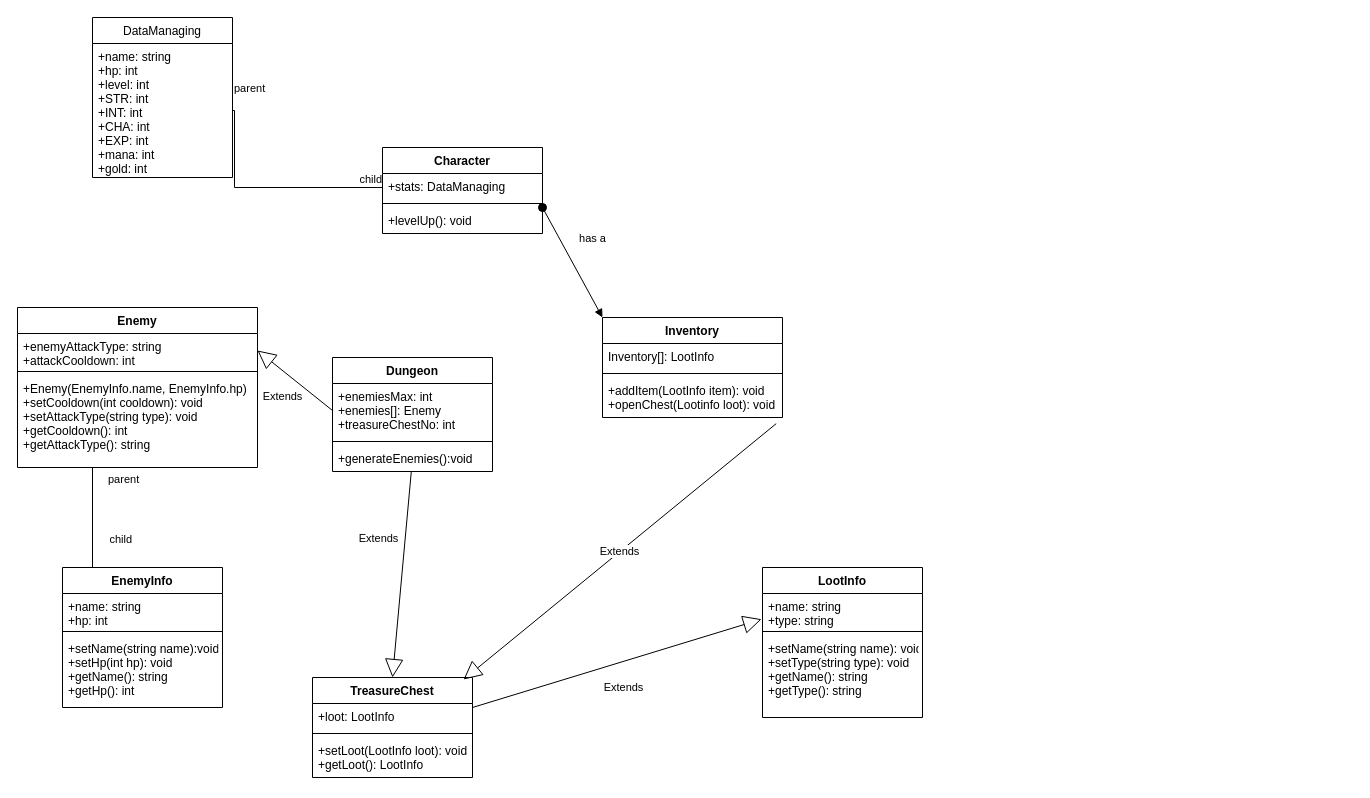
The draw.io diagram Untitled Diagram.drawio in UWStout/Crosshatch-and-Slash-F21, before the edit. Source tidied: cells renumbered, new cells numbered last; positions are measured from the earlier drawing's top-left corner, leaving out a move shared by most shapes. Both pictures are drawn from the tidied source at 100%, with x=0, y=0 at pixel (17, 17).
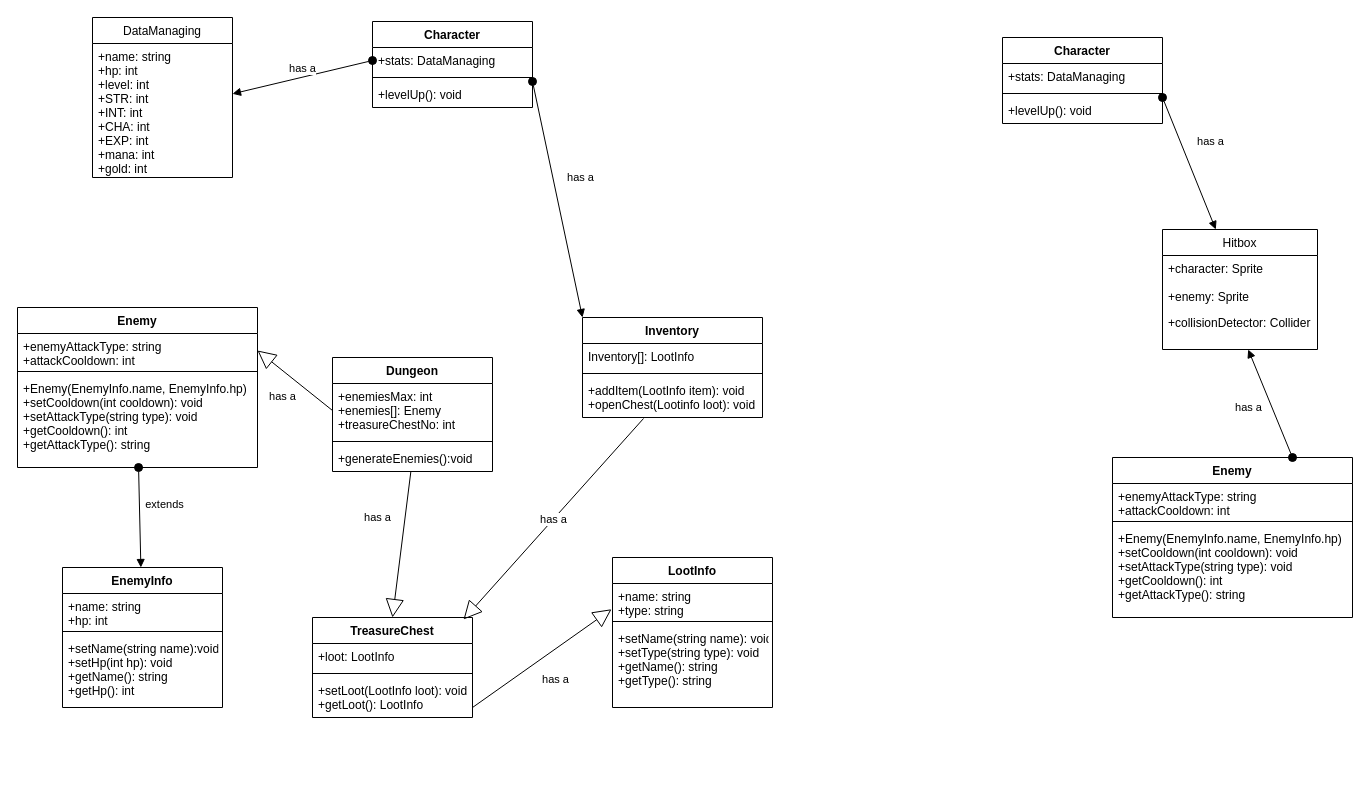
The same page after the edit.

Commit message:
UML Updated with Hitboxes Class

The change refers to these unchanged cells:
```xml
<mxCell id="2" value="EnemyInfo" style="swimlane;fontStyle=1;align=center;verticalAlign=top;horizontal=1;startSize=26;" parent="1" vertex="1">
  <mxGeometry x="45" y="550" width="160" height="140" as="geometry" />
</mxCell>
<mxCell id="11" value="+name: string&#10;+type: string" style="text;strokeColor=none;fillColor=none;align=left;verticalAlign=top;spacingLeft=4;spacingRight=4;overflow=hidden;points=[[0,0.5],[1,0.5]];portConstraint=eastwest;" parent="10" vertex="1">
  <mxGeometry y="26" width="160" height="34" as="geometry" />
</mxCell>
<mxCell id="15" value="+enemyAttackType: string&#10;+attackCooldown: int" style="text;strokeColor=none;fillColor=none;align=left;verticalAlign=top;spacingLeft=4;spacingRight=4;overflow=hidden;points=[[0,0.5],[1,0.5]];portConstraint=eastwest;" parent="14" vertex="1">
  <mxGeometry y="26" width="240" height="34" as="geometry" />
</mxCell>
<mxCell id="17" value="+Enemy(EnemyInfo.name, EnemyInfo.hp)&#10;+setCooldown(int cooldown): void&#10;+setAttackType(string type): void&#10;+getCooldown(): int&#10;+getAttackType(): string" style="text;strokeColor=none;fillColor=none;align=left;verticalAlign=top;spacingLeft=4;spacingRight=4;overflow=hidden;points=[[0,0.5],[1,0.5]];portConstraint=eastwest;" parent="14" vertex="1">
  <mxGeometry y="68" width="240" height="92" as="geometry" />
</mxCell>
<mxCell id="19" value="+enemiesMax: int&#10;+enemies[]: Enemy&#10;+treasureChestNo: int&#10;" style="text;strokeColor=none;fillColor=none;align=left;verticalAlign=top;spacingLeft=4;spacingRight=4;overflow=hidden;points=[[0,0.5],[1,0.5]];portConstraint=eastwest;" parent="18" vertex="1">
  <mxGeometry y="26" width="160" height="54" as="geometry" />
</mxCell>
<mxCell id="21" value="+generateEnemies():void" style="text;strokeColor=none;fillColor=none;align=left;verticalAlign=top;spacingLeft=4;spacingRight=4;overflow=hidden;points=[[0,0.5],[1,0.5]];portConstraint=eastwest;" parent="18" vertex="1">
  <mxGeometry y="88" width="160" height="26" as="geometry" />
</mxCell>
<mxCell id="23" value="+stats: DataManaging" style="text;strokeColor=none;fillColor=none;align=left;verticalAlign=top;spacingLeft=4;spacingRight=4;overflow=hidden;points=[[0,0.5],[1,0.5]];portConstraint=eastwest;" parent="22" vertex="1">
  <mxGeometry y="26" width="160" height="26" as="geometry" />
</mxCell>
<mxCell id="27" value="DataManaging" style="swimlane;fontStyle=0;horizontal=1;startSize=26;fillColor=none;" parent="1" vertex="1">
  <mxGeometry x="75" width="140" height="160" as="geometry" />
</mxCell>
<mxCell id="28" value="+name: string&#10;+hp: int&#10;+level: int&#10;+STR: int&#10;+INT: int&#10;+CHA: int&#10;+EXP: int&#10;+mana: int&#10;+gold: int" style="text;strokeColor=none;fillColor=none;align=left;verticalAlign=top;spacingLeft=4;spacingRight=4;overflow=hidden;points=[[0,0.5],[1,0.5]];portConstraint=eastwest;" parent="27" vertex="1">
  <mxGeometry y="26" width="140" height="134" as="geometry" />
</mxCell>
<mxCell id="40" value="+addItem(LootInfo item): void&#10;+openChest(Lootinfo loot): void" style="text;strokeColor=none;fillColor=none;align=left;verticalAlign=top;spacingLeft=4;spacingRight=4;overflow=hidden;points=[[0,0.5],[1,0.5]];portConstraint=eastwest;" parent="37" vertex="1">
  <mxGeometry y="60" width="180" height="40" as="geometry" />
</mxCell>
```

The edit, as a diff of the source:
```diff
@@
     <mxCell id="6" value="TreasureChest" style="swimlane;fontStyle=1;align=center;verticalAlign=top;horizontal=1;startSize=26;" parent="1" vertex="1">
-      <mxGeometry x="295" y="660" width="160" height="100" as="geometry" />
+      <mxGeometry x="295" y="600" width="160" height="100" as="geometry" />
     </mxCell>
@@
     <mxCell id="10" value="LootInfo" style="swimlane;fontStyle=1;align=center;verticalAlign=top;horizontal=1;startSize=26;" parent="1" vertex="1">
-      <mxGeometry x="745" y="550" width="160" height="150" as="geometry" />
+      <mxGeometry x="595" y="540" width="160" height="150" as="geometry" />
     </mxCell>
@@
     <mxCell id="22" value="Character" style="swimlane;fontStyle=1;align=center;verticalAlign=top;horizontal=1;startSize=26;" parent="1" vertex="1">
-      <mxGeometry x="365" y="130" width="160" height="86" as="geometry" />
+      <mxGeometry x="355" y="4" width="160" height="86" as="geometry" />
     </mxCell>
@@
-    <mxCell id="29" style="endArrow=none;html=1;edgeStyle=orthogonalEdgeStyle;rounded=0;" parent="27" edge="1" source="28">
-      <mxGeometry relative="1" as="geometry">
-        <mxPoint x="290" y="170" as="targetPoint" />
-        <Array as="points">
-          <mxPoint x="142" y="93" />
-          <mxPoint x="142" y="170" />
-        </Array>
-      </mxGeometry>
-    </mxCell>
-    <mxCell id="30" value="parent" style="edgeLabel;html=1;align=left;verticalAlign=bottom;" parent="29" vertex="1">
-      <mxGeometry x="-1" relative="1" as="geometry">
-        <mxPoint y="-14" as="offset" />
-      </mxGeometry>
-    </mxCell>
-    <mxCell id="31" value="child" style="edgeLabel;html=1;align=right;verticalAlign=bottom;" parent="29" vertex="1">
-      <mxGeometry x="1" relative="1" as="geometry" />
-    </mxCell>
-    <mxCell id="32" style="endArrow=none;html=1;edgeStyle=orthogonalEdgeStyle;rounded=0;" parent="1" edge="1" source="17">
-      <mxGeometry relative="1" as="geometry">
-        <mxPoint x="161" y="550" as="targetPoint" />
-        <Array as="points">
-          <mxPoint x="75" y="550" />
-        </Array>
-      </mxGeometry>
-    </mxCell>
-    <mxCell id="33" value="parent" style="edgeLabel;html=1;align=left;verticalAlign=bottom;" parent="32" vertex="1">
-      <mxGeometry x="-1" relative="1" as="geometry">
-        <mxPoint x="14" y="20" as="offset" />
-      </mxGeometry>
-    </mxCell>
-    <mxCell id="34" value="child" style="edgeLabel;html=1;align=right;verticalAlign=bottom;" parent="32" vertex="1">
-      <mxGeometry x="1" relative="1" as="geometry">
-        <mxPoint x="-46" y="-20" as="offset" />
-      </mxGeometry>
-    </mxCell>
-    <mxCell id="35" value="Extends" style="endArrow=block;endSize=16;endFill=0;html=1;rounded=0;exitX=0;exitY=0.5;exitDx=0;exitDy=0;entryX=1;entryY=0.5;entryDx=0;entryDy=0;" parent="1" edge="1" source="19" target="15">
+    <mxCell id="35" value="has a" style="endArrow=block;endSize=16;endFill=0;html=1;rounded=0;exitX=0;exitY=0.5;exitDx=0;exitDy=0;entryX=1;entryY=0.5;entryDx=0;entryDy=0;" parent="1" edge="1" source="19" target="15">
       <mxGeometry x="-0.01" y="20" relative="1" as="geometry" />
     </mxCell>
-    <mxCell id="36" value="Extends" style="endArrow=block;endSize=16;endFill=0;html=1;rounded=0;entryX=0.5;entryY=0;entryDx=0;entryDy=0;" parent="1" edge="1" source="21" target="6">
+    <mxCell id="36" value="has a" style="endArrow=block;endSize=16;endFill=0;html=1;rounded=0;entryX=0.5;entryY=0;entryDx=0;entryDy=0;" parent="1" edge="1" source="21" target="6">
       <mxGeometry x="-0.32" y="-27" relative="1" as="geometry" />
     </mxCell>
     <mxCell id="37" value="Inventory" style="swimlane;fontStyle=1;align=center;verticalAlign=top;horizontal=1;startSize=26;" parent="1" vertex="1">
-      <mxGeometry x="585" y="300" width="180" height="100" as="geometry" />
+      <mxGeometry x="565" y="300" width="180" height="100" as="geometry" />
     </mxCell>
@@
-    <mxCell id="41" value="Extends" style="endArrow=block;endSize=16;endFill=0;html=1;rounded=0;entryX=0.944;entryY=0.02;entryDx=0;entryDy=0;entryPerimeter=0;exitX=0.965;exitY=1.154;exitDx=0;exitDy=0;exitPerimeter=0;" parent="1" edge="1" source="40" target="6">
+    <mxCell id="41" value="has a" style="endArrow=block;endSize=16;endFill=0;html=1;rounded=0;entryX=0.944;entryY=0.02;entryDx=0;entryDy=0;entryPerimeter=0;exitX=0.339;exitY=1.025;exitDx=0;exitDy=0;exitPerimeter=0;" parent="1" edge="1" source="40" target="6">
       <mxGeometry relative="1" as="geometry" />
     </mxCell>
-    <mxCell id="42" value="Extends" style="endArrow=block;endSize=16;endFill=0;html=1;rounded=0;entryX=-0.006;entryY=0.757;entryDx=0;entryDy=0;entryPerimeter=0;" parent="1" edge="1" target="11">
+    <mxCell id="42" value="has a" style="endArrow=block;endSize=16;endFill=0;html=1;rounded=0;entryX=-0.006;entryY=0.757;entryDx=0;entryDy=0;entryPerimeter=0;" parent="1" edge="1" target="11">
       <mxGeometry x="-0.01" y="-25" relative="1" as="geometry">
         <mxPoint x="455" y="690" as="sourcePoint" />
       </mxGeometry>
     </mxCell>
+    <mxCell id="43" value="has a" style="html=1;verticalAlign=bottom;startArrow=oval;startFill=1;endArrow=block;startSize=8;rounded=0;exitX=0;exitY=0.5;exitDx=0;exitDy=0;" parent="1" edge="1" source="23" target="28">
+      <mxGeometry relative="1" as="geometry" />
+    </mxCell>
+    <mxCell id="44" value="Hitbox" style="swimlane;fontStyle=0;horizontal=1;startSize=26;fillColor=none;" parent="1" vertex="1">
+      <mxGeometry x="1145" y="212" width="155" height="120" as="geometry" />
+    </mxCell>
+    <mxCell id="45" value="+character: Sprite&#10;&#10;+enemy: Sprite" style="text;strokeColor=none;fillColor=none;align=left;verticalAlign=top;spacingLeft=4;spacingRight=4;overflow=hidden;" parent="44" vertex="1">
+      <mxGeometry y="26" width="155" height="54" as="geometry" />
+    </mxCell>
+    <mxCell id="46" value="+collisionDetector: Collider" style="text;strokeColor=none;fillColor=none;align=left;verticalAlign=top;spacingLeft=4;spacingRight=4;overflow=hidden;points=[[0,0.5],[1,0.5]];portConstraint=eastwest;" parent="44" vertex="1">
+      <mxGeometry y="80" width="155" height="40" as="geometry" />
+    </mxCell>
+    <mxCell id="47" value="extends" style="html=1;verticalAlign=bottom;startArrow=oval;startFill=1;endArrow=block;startSize=8;rounded=0;" parent="1" edge="1" source="17" target="2">
+      <mxGeometry x="-0.06" y="25" relative="1" as="geometry" />
+    </mxCell>
+    <mxCell id="48" value="Enemy" style="swimlane;fontStyle=1;align=center;verticalAlign=top;horizontal=1;startSize=26;" parent="1" vertex="1">
+      <mxGeometry x="1095" y="440" width="240" height="160" as="geometry" />
+    </mxCell>
+    <mxCell id="49" value="+enemyAttackType: string&#10;+attackCooldown: int" style="text;strokeColor=none;fillColor=none;align=left;verticalAlign=top;spacingLeft=4;spacingRight=4;overflow=hidden;" parent="48" vertex="1">
+      <mxGeometry y="26" width="240" height="34" as="geometry" />
+    </mxCell>
+    <mxCell id="50" style="line;strokeWidth=1;fillColor=none;align=left;verticalAlign=middle;spacingTop=-1;spacingLeft=3;spacingRight=3;labelPosition=right;" parent="48" vertex="1">
+      <mxGeometry y="60" width="240" height="8" as="geometry" />
+    </mxCell>
+    <mxCell id="51" value="+Enemy(EnemyInfo.name, EnemyInfo.hp)&#10;+setCooldown(int cooldown): void&#10;+setAttackType(string type): void&#10;+getCooldown(): int&#10;+getAttackType(): string" style="text;strokeColor=none;fillColor=none;align=left;verticalAlign=top;spacingLeft=4;spacingRight=4;overflow=hidden;" parent="48" vertex="1">
+      <mxGeometry y="68" width="240" height="92" as="geometry" />
+    </mxCell>
+    <mxCell id="52" value="Character" style="swimlane;fontStyle=1;align=center;verticalAlign=top;horizontal=1;startSize=26;" parent="1" vertex="1">
+      <mxGeometry x="985" y="20" width="160" height="86" as="geometry" />
+    </mxCell>
+    <mxCell id="53" value="+stats: DataManaging" style="text;strokeColor=none;fillColor=none;align=left;verticalAlign=top;spacingLeft=4;spacingRight=4;overflow=hidden;" parent="52" vertex="1">
+      <mxGeometry y="26" width="160" height="26" as="geometry" />
+    </mxCell>
+    <mxCell id="54" style="line;strokeWidth=1;fillColor=none;align=left;verticalAlign=middle;spacingTop=-1;spacingLeft=3;spacingRight=3;labelPosition=right;" parent="52" vertex="1">
+      <mxGeometry y="52" width="160" height="8" as="geometry" />
+    </mxCell>
+    <mxCell id="55" value="has a" style="html=1;verticalAlign=bottom;startArrow=oval;startFill=1;endArrow=block;startSize=8;rounded=0;" parent="52" edge="1" target="44">
+      <mxGeometry x="-0.06" y="25" relative="1" as="geometry">
+        <mxPoint x="160" y="60" as="sourcePoint" />
+      </mxGeometry>
+    </mxCell>
+    <mxCell id="56" value="+levelUp(): void" style="text;strokeColor=none;fillColor=none;align=left;verticalAlign=top;spacingLeft=4;spacingRight=4;overflow=hidden;" parent="52" vertex="1">
+      <mxGeometry y="60" width="160" height="26" as="geometry" />
+    </mxCell>
+    <mxCell id="57" value="has a" style="html=1;verticalAlign=bottom;startArrow=oval;startFill=1;endArrow=block;startSize=8;rounded=0;exitX=0.75;exitY=0;exitDx=0;exitDy=0;" parent="1" edge="1" source="48" target="46">
+      <mxGeometry x="-0.06" y="25" relative="1" as="geometry" />
+    </mxCell>
```
